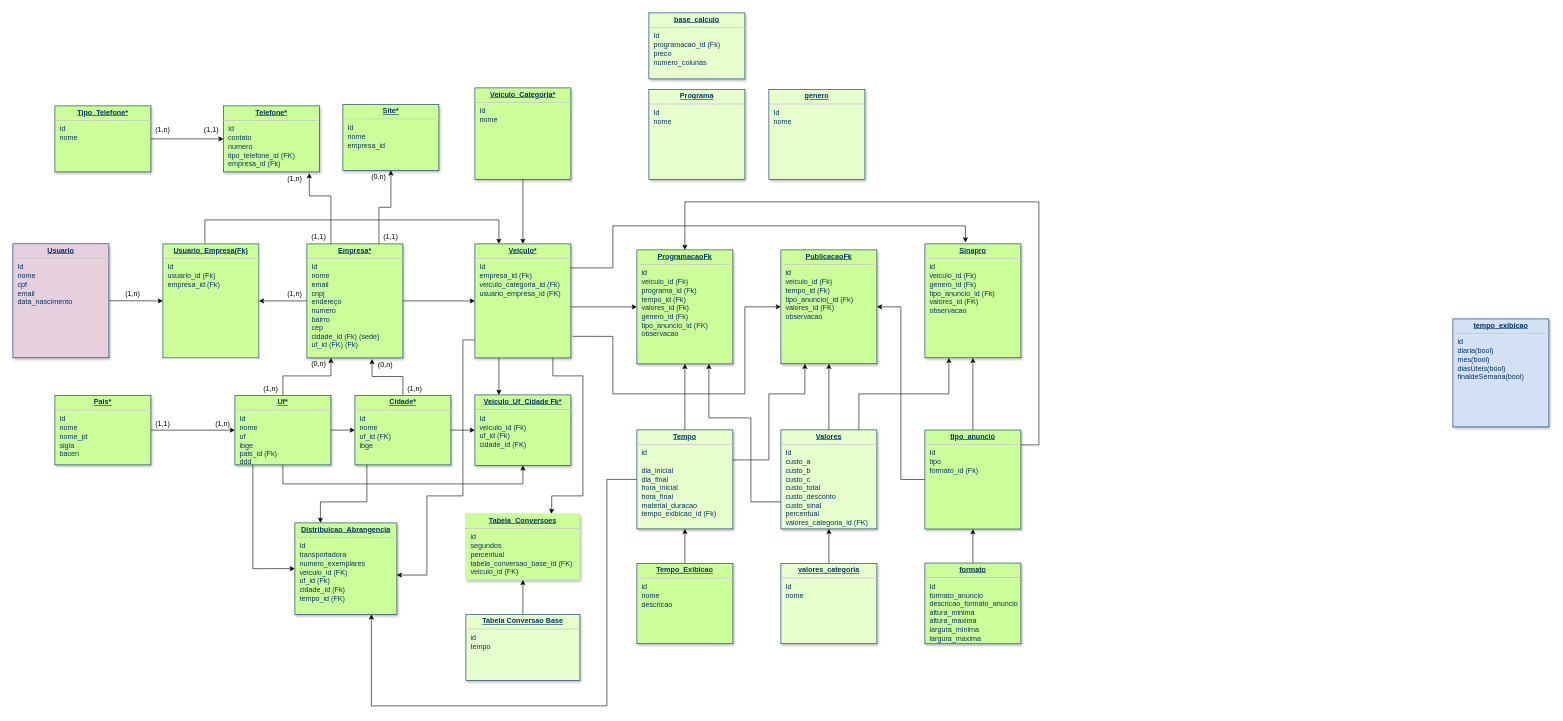
Above: Diagrama padronizado.drawio in diogogui/pna (draw.io), before the change. Source tidied: cells renumbered, new cells numbered last; positions are measured from the earlier drawing's top-left corner, leaving out a move shared by most shapes. Both pictures are drawn from the tidied source at 60%, with x=0, y=0 at pixel (13, 13).
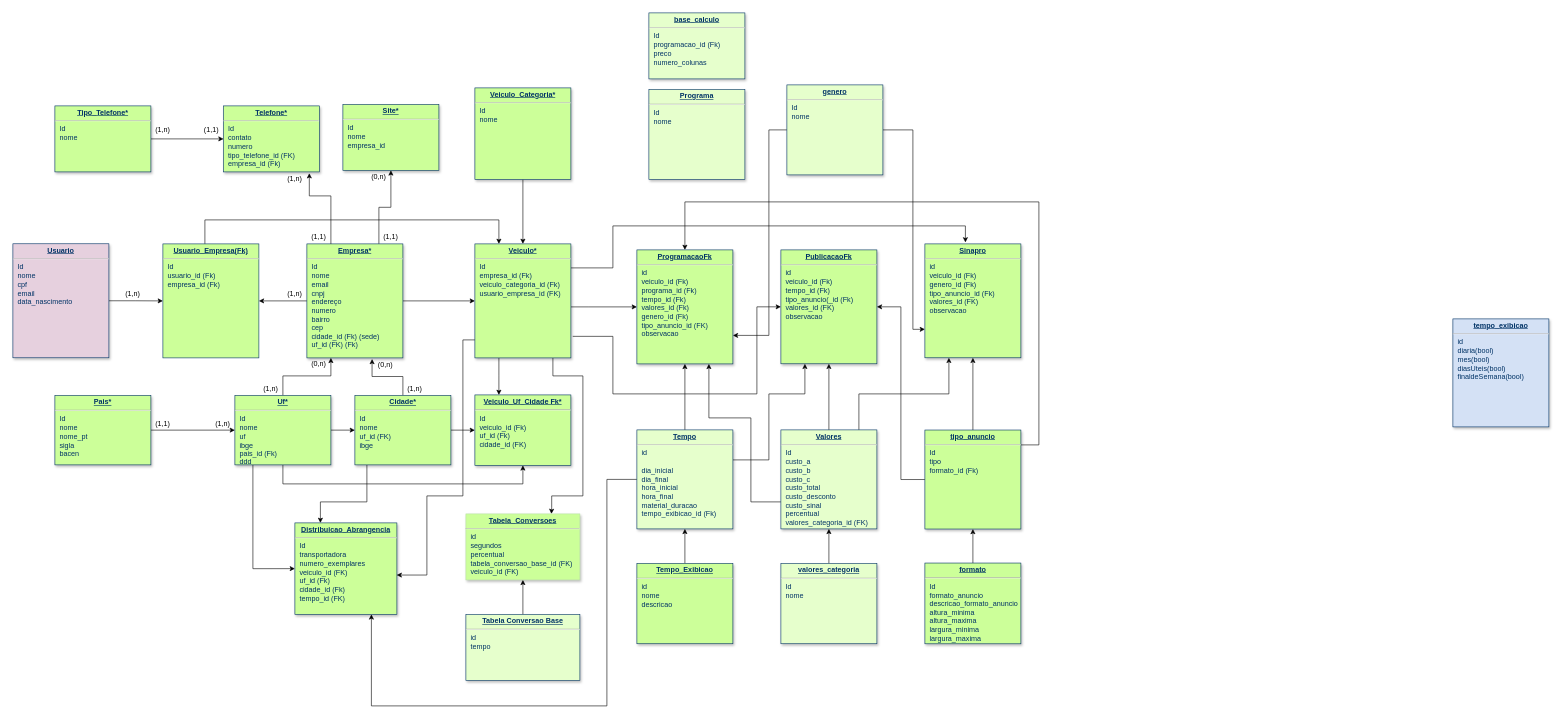
Above is the later version.

The change refers to these unchanged cells:
```xml
<mxCell id="31" value="&lt;p style=&quot;margin: 0px ; margin-top: 4px ; text-align: center ; text-decoration: underline&quot;&gt;&lt;b&gt;PublicacaoFk&lt;/b&gt;&lt;/p&gt;&lt;hr&gt;&lt;p style=&quot;margin: 0px ; margin-left: 8px&quot;&gt;id&lt;/p&gt;&lt;p style=&quot;margin: 0px ; margin-left: 8px&quot;&gt;&lt;span&gt;veiculo_id (Fk)&lt;/span&gt;&lt;br&gt;&lt;/p&gt;&lt;p style=&quot;margin: 0px ; margin-left: 8px&quot;&gt;&lt;span&gt;tempo_id (Fk)&lt;/span&gt;&lt;br&gt;&lt;/p&gt;&lt;p style=&quot;margin: 0px ; margin-left: 8px&quot;&gt;tipo_anuncio(_id (Fk)&lt;/p&gt;&lt;p style=&quot;margin: 0px ; margin-left: 8px&quot;&gt;valores_id (FK)&lt;/p&gt;&lt;p style=&quot;margin: 0px ; margin-left: 8px&quot;&gt;observacao&lt;/p&gt;&lt;p style=&quot;margin: 0px ; margin-left: 8px&quot;&gt;&lt;br&gt;&lt;/p&gt;&lt;p style=&quot;margin: 0px 0px 0px 8px&quot;&gt;&lt;br&gt;&lt;/p&gt;" style="verticalAlign=top;align=left;overflow=fill;fontSize=12;fontFamily=Helvetica;html=1;strokeColor=#003366;shadow=1;fillColor=#CCFF99;fontColor=#003366;" parent="1" vertex="1">
  <mxGeometry x="1280" y="395" width="160" height="189.8" as="geometry" />
</mxCell>
<mxCell id="45" value="&lt;p style=&quot;margin: 0px ; margin-top: 4px ; text-align: center ; text-decoration: underline&quot;&gt;&lt;b&gt;Sinapro&lt;/b&gt;&lt;/p&gt;&lt;hr&gt;&lt;p style=&quot;margin: 0px 0px 0px 8px&quot;&gt;id&lt;/p&gt;&lt;p style=&quot;margin: 0px 0px 0px 8px&quot;&gt;veiculo_id (Fk)&lt;br&gt;&lt;/p&gt;&lt;p style=&quot;margin: 0px 0px 0px 8px&quot;&gt;genero_id (Fk)&lt;/p&gt;&lt;p style=&quot;margin: 0px 0px 0px 8px&quot;&gt;&lt;span&gt;tipo_anuncio_id (Fk)&lt;/span&gt;&lt;br&gt;&lt;/p&gt;&lt;p style=&quot;margin: 0px 0px 0px 8px&quot;&gt;valores_id (FK)&lt;/p&gt;&lt;p style=&quot;margin: 0px 0px 0px 8px&quot;&gt;observacao&lt;/p&gt;&lt;p style=&quot;margin: 0px 0px 0px 8px&quot;&gt;&lt;br&gt;&lt;/p&gt;" style="verticalAlign=top;align=left;overflow=fill;fontSize=12;fontFamily=Helvetica;html=1;strokeColor=#003366;shadow=1;fillColor=#CCFF99;fontColor=#003366;" parent="1" vertex="1">
  <mxGeometry x="1520" y="385" width="160" height="189.8" as="geometry" />
</mxCell>
<mxCell id="60" value="&lt;p style=&quot;margin: 0px ; margin-top: 4px ; text-align: center ; text-decoration: underline&quot;&gt;&lt;b&gt;Veiculo*&lt;/b&gt;&lt;/p&gt;&lt;hr&gt;&lt;p style=&quot;margin: 0px ; margin-left: 8px&quot;&gt;Id&lt;/p&gt;&lt;p style=&quot;margin: 0px ; margin-left: 8px&quot;&gt;empresa_id (Fk)&lt;/p&gt;&lt;p style=&quot;margin: 0px ; margin-left: 8px&quot;&gt;veiculo_categoria_id (Fk)&lt;/p&gt;&lt;p style=&quot;margin: 0px ; margin-left: 8px&quot;&gt;usuario_empresa_id (FK)&lt;/p&gt;&lt;p style=&quot;margin: 0px 0px 0px 8px&quot;&gt;&lt;br&gt;&lt;/p&gt;&lt;div&gt;&lt;br&gt;&lt;/div&gt;&lt;p style=&quot;margin: 0px ; margin-left: 8px&quot;&gt;&lt;br&gt;&lt;/p&gt;" style="verticalAlign=top;align=left;overflow=fill;fontSize=12;fontFamily=Helvetica;html=1;strokeColor=#003366;shadow=1;fillColor=#CCFF99;fontColor=#003366;" parent="1" vertex="1">
  <mxGeometry x="770" y="385" width="160" height="190" as="geometry" />
</mxCell>
<mxCell id="62" value="&lt;p style=&quot;margin: 0px ; margin-top: 4px ; text-align: center ; text-decoration: underline&quot;&gt;&lt;b&gt;ProgramacaoFk&lt;/b&gt;&lt;/p&gt;&lt;hr&gt;&lt;p style=&quot;margin: 0px ; margin-left: 8px&quot;&gt;id&lt;/p&gt;&lt;p style=&quot;margin: 0px ; margin-left: 8px&quot;&gt;&lt;span&gt;veiculo_id (Fk)&lt;/span&gt;&lt;br&gt;&lt;/p&gt;&lt;p style=&quot;margin: 0px ; margin-left: 8px&quot;&gt;&lt;span&gt;programa_id (Fk)&lt;/span&gt;&lt;br&gt;&lt;/p&gt;&lt;p style=&quot;margin: 0px ; margin-left: 8px&quot;&gt;tempo_id (Fk)&lt;br&gt;&lt;/p&gt;&lt;p style=&quot;margin: 0px ; margin-left: 8px&quot;&gt;valores_id (Fk)&lt;/p&gt;&lt;p style=&quot;margin: 0px ; margin-left: 8px&quot;&gt;genero_id (Fk)&lt;/p&gt;&lt;p style=&quot;margin: 0px ; margin-left: 8px&quot;&gt;tipo_anuncio_id (FK)&lt;br&gt;&lt;/p&gt;&lt;p style=&quot;margin: 0px ; margin-left: 8px&quot;&gt;observacao&lt;/p&gt;&lt;p style=&quot;margin: 0px ; margin-left: 8px&quot;&gt;&lt;br&gt;&lt;/p&gt;&lt;p style=&quot;margin: 0px 0px 0px 8px&quot;&gt;&lt;br&gt;&lt;/p&gt;" style="verticalAlign=top;align=left;overflow=fill;fontSize=12;fontFamily=Helvetica;html=1;strokeColor=#003366;shadow=1;fillColor=#CCFF99;fontColor=#003366;" parent="1" vertex="1">
  <mxGeometry x="1040" y="395" width="160" height="190" as="geometry" />
</mxCell>
```

Change to the diagram source:
```diff
@@
+    <mxCell id="79" style="edgeStyle=orthogonalEdgeStyle;rounded=0;jettySize=auto;html=1;entryX=1;entryY=0.75;entryDx=0;entryDy=0;" parent="1" edge="1" source="44" target="62">
+      <mxGeometry relative="1" as="geometry">
+        <Array as="points">
+          <mxPoint x="1260" y="195" />
+          <mxPoint x="1260" y="538" />
+        </Array>
+      </mxGeometry>
+    </mxCell>
+    <mxCell id="80" style="edgeStyle=orthogonalEdgeStyle;rounded=0;jettySize=auto;html=1;entryX=0;entryY=0.75;entryDx=0;entryDy=0;" parent="1" edge="1" source="44" target="45">
+      <mxGeometry relative="1" as="geometry">
+        <Array as="points">
+          <mxPoint x="1500" y="195" />
+          <mxPoint x="1500" y="527" />
+        </Array>
+      </mxGeometry>
+    </mxCell>
     <mxCell id="44" value="&lt;p style=&quot;margin: 0px ; margin-top: 4px ; text-align: center ; text-decoration: underline&quot;&gt;&lt;b&gt;genero&lt;/b&gt;&lt;/p&gt;&lt;hr&gt;&lt;p style=&quot;margin: 0px ; margin-left: 8px&quot;&gt;Id&lt;/p&gt;&lt;p style=&quot;margin: 0px ; margin-left: 8px&quot;&gt;nome&lt;/p&gt;" style="verticalAlign=top;align=left;overflow=fill;fontSize=12;fontFamily=Helvetica;html=1;strokeColor=#003366;shadow=1;fillColor=#E6FFCC;fontColor=#003366;" parent="1" vertex="1">
-      <mxGeometry x="1260" y="127.5" width="160" height="150" as="geometry" />
+      <mxGeometry x="1290" y="120" width="160" height="150" as="geometry" />
     </mxCell>
@@
     <mxCell id="58" style="edgeStyle=orthogonalEdgeStyle;rounded=0;jettySize=auto;html=1;exitX=1.019;exitY=0.811;exitDx=0;exitDy=0;exitPerimeter=0;entryX=0;entryY=0.5;entryDx=0;entryDy=0;" parent="1" edge="1" source="60" target="31">
       <mxGeometry relative="1" as="geometry">
         <Array as="points">
           <mxPoint x="1000" y="539" />
           <mxPoint x="1000" y="635" />
-          <mxPoint x="1220" y="635" />
-          <mxPoint x="1220" y="490" />
+          <mxPoint x="1240" y="635" />
+          <mxPoint x="1240" y="490" />
         </Array>
       </mxGeometry>
     </mxCell>
```
